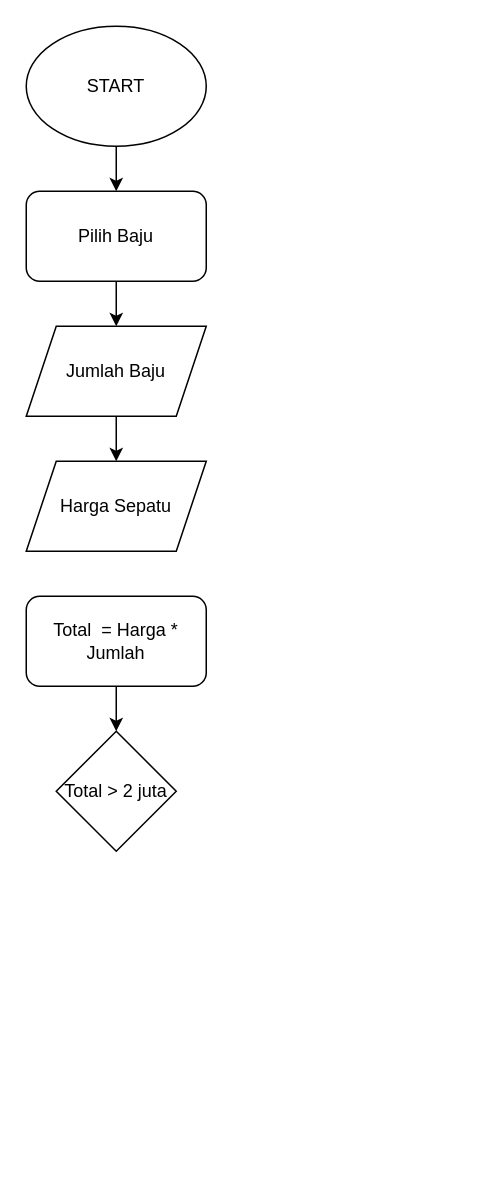
Before: flowchart.drawio in Yorikh11/Yorikh_Andika-Kalkulator_Diskon, a draw.io diagram. Source tidied: cells renumbered, new cells numbered last; positions are measured from the earlier drawing's top-left corner, leaving out a move shared by most shapes. Both pictures are drawn from the tidied source at 150%, with x=0, y=0 at pixel (26, 26).
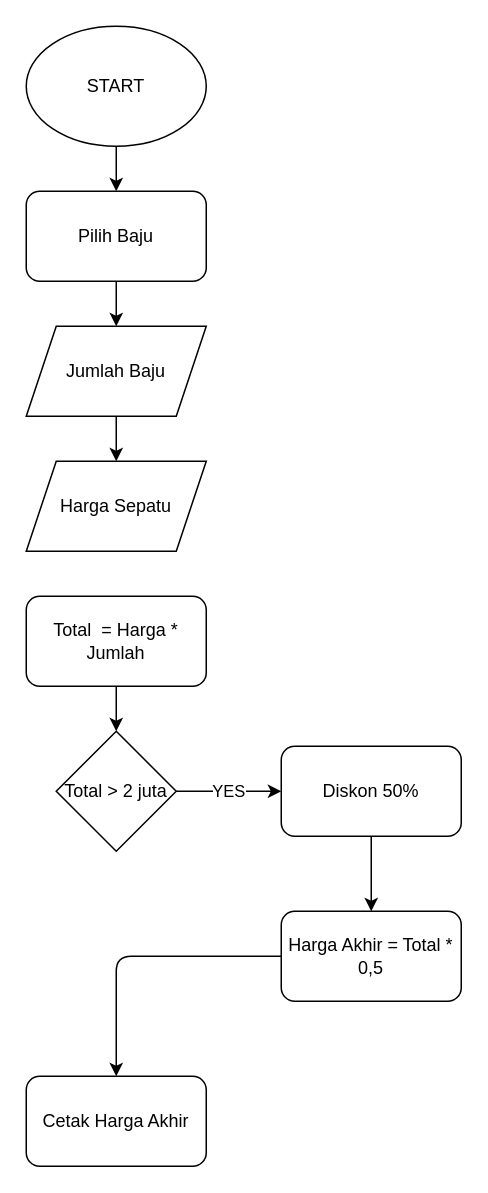
After the change.

Commit message:
Pengkondisian jika jawaban benar

Diff of the diagram source:
```diff
@@
 <mxGraphModel>
   <root>
     <mxCell id="0" />
     <mxCell id="1" parent="0" />
     <mxCell id="2" style="edgeStyle=none;html=1;exitX=0.5;exitY=1;exitDx=0;exitDy=0;entryX=0.5;entryY=0;entryDx=0;entryDy=0;" parent="1" edge="1" source="3" target="5">
       <mxGeometry relative="1" as="geometry" />
     </mxCell>
     <mxCell id="3" value="START" style="ellipse;whiteSpace=wrap;html=1;" parent="1" vertex="1">
       <mxGeometry width="120" height="80" as="geometry" />
     </mxCell>
     <mxCell id="4" style="edgeStyle=none;html=1;exitX=0.5;exitY=1;exitDx=0;exitDy=0;entryX=0.5;entryY=0;entryDx=0;entryDy=0;" parent="1" edge="1" source="5" target="7">
       <mxGeometry relative="1" as="geometry" />
     </mxCell>
     <mxCell id="5" value="Pilih Baju" style="rounded=1;whiteSpace=wrap;html=1;" parent="1" vertex="1">
       <mxGeometry y="110" width="120" height="60" as="geometry" />
     </mxCell>
     <mxCell id="6" style="edgeStyle=none;html=1;exitX=0.5;exitY=1;exitDx=0;exitDy=0;entryX=0.5;entryY=0;entryDx=0;entryDy=0;" parent="1" edge="1" source="7" target="8">
       <mxGeometry relative="1" as="geometry" />
     </mxCell>
     <mxCell id="7" value="Jumlah Baju" style="shape=parallelogram;perimeter=parallelogramPerimeter;whiteSpace=wrap;html=1;fixedSize=1;" parent="1" vertex="1">
       <mxGeometry y="200" width="120" height="60" as="geometry" />
     </mxCell>
     <mxCell id="8" value="Harga Sepatu" style="shape=parallelogram;perimeter=parallelogramPerimeter;whiteSpace=wrap;html=1;fixedSize=1;" parent="1" vertex="1">
       <mxGeometry y="290" width="120" height="60" as="geometry" />
     </mxCell>
     <mxCell id="9" style="edgeStyle=none;html=1;exitX=0.5;exitY=1;exitDx=0;exitDy=0;entryX=0.5;entryY=0;entryDx=0;entryDy=0;" parent="1" edge="1" source="10" target="11">
       <mxGeometry relative="1" as="geometry" />
     </mxCell>
     <mxCell id="10" value="Total&amp;nbsp; = Harga * Jumlah" style="rounded=1;whiteSpace=wrap;html=1;" parent="1" vertex="1">
       <mxGeometry y="380" width="120" height="60" as="geometry" />
     </mxCell>
+    <mxCell id="12" value="YES" style="edgeStyle=none;html=1;exitX=1;exitY=0.5;exitDx=0;exitDy=0;entryX=0;entryY=0.5;entryDx=0;entryDy=0;" parent="1" edge="1" source="11" target="14">
+      <mxGeometry relative="1" as="geometry" />
+    </mxCell>
     <mxCell id="11" value="Total &amp;gt; 2 juta" style="rhombus;whiteSpace=wrap;html=1;" parent="1" vertex="1">
       <mxGeometry x="20" y="470" width="80" height="80" as="geometry" />
     </mxCell>
+    <mxCell id="13" style="edgeStyle=none;html=1;exitX=0.5;exitY=1;exitDx=0;exitDy=0;entryX=0.5;entryY=0;entryDx=0;entryDy=0;" parent="1" edge="1" source="14" target="16">
+      <mxGeometry relative="1" as="geometry" />
+    </mxCell>
+    <mxCell id="14" value="Diskon 50%" style="rounded=1;whiteSpace=wrap;html=1;" parent="1" vertex="1">
+      <mxGeometry x="170" y="480" width="120" height="60" as="geometry" />
+    </mxCell>
+    <mxCell id="15" style="edgeStyle=none;html=1;entryX=0.5;entryY=0;entryDx=0;entryDy=0;exitX=0;exitY=0.5;exitDx=0;exitDy=0;" parent="1" edge="1" source="16" target="17">
+      <mxGeometry relative="1" as="geometry">
+        <Array as="points">
+          <mxPoint x="60" y="620" />
+        </Array>
+      </mxGeometry>
+    </mxCell>
+    <mxCell id="16" value="Harga Akhir = Total * 0,5" style="rounded=1;whiteSpace=wrap;html=1;" parent="1" vertex="1">
+      <mxGeometry x="170" y="590" width="120" height="60" as="geometry" />
+    </mxCell>
+    <mxCell id="17" value="Cetak Harga Akhir" style="rounded=1;whiteSpace=wrap;html=1;" parent="1" vertex="1">
+      <mxGeometry y="700" width="120" height="60" as="geometry" />
+    </mxCell>
   </root>
 </mxGraphModel>
```
